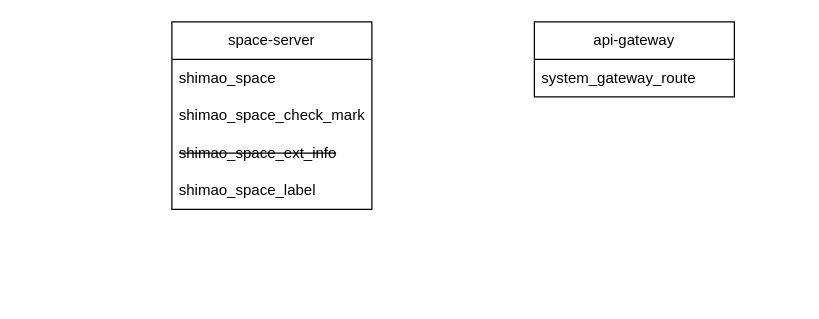
Above: yzs/IOT服务精简.drawio in yanglei1992/documents (draw.io), before the change. Source tidied: cells renumbered, new cells numbered last; positions are measured from the earlier drawing's top-left corner, leaving out a move shared by most shapes. Both pictures are drawn from the tidied source at 125%, with x=0, y=0 at pixel (171, 21).
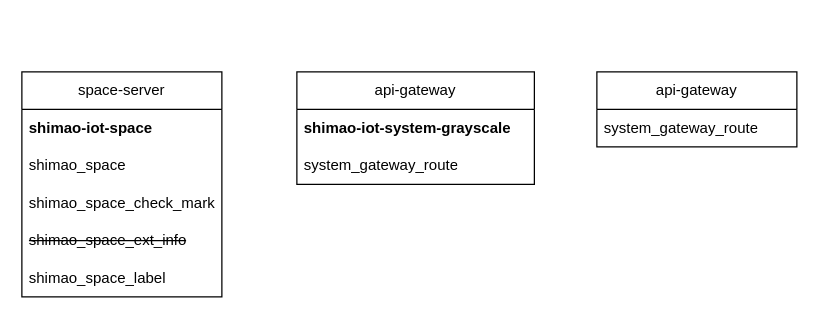
The same diagram, later.

Commit message (it also covers changes not shown here):
更新IOT服务精简.drawio

Diff of the diagram source:
```diff
@@
 <mxGraphModel>
   <root>
     <mxCell id="0" />
     <mxCell id="1" parent="0" />
     <mxCell id="2" value="space-server" style="swimlane;fontStyle=0;horizontal=1;startSize=30;whiteSpace=wrap;html=1;" parent="1" vertex="1">
-      <mxGeometry width="160" height="150" as="geometry" />
+      <mxGeometry x="-120" y="40" width="160" height="180" as="geometry" />
     </mxCell>
+    <mxCell id="9" value="shimao-iot-space" style="text;strokeColor=none;fillColor=none;align=left;verticalAlign=middle;spacingLeft=4;spacingRight=4;overflow=hidden;whiteSpace=wrap;html=1;fontStyle=1;" parent="2" vertex="1">
+      <mxGeometry y="30" width="160" height="30" as="geometry" />
+    </mxCell>
     <mxCell id="3" value="shimao_space" style="text;strokeColor=none;fillColor=none;align=left;verticalAlign=middle;spacingLeft=4;spacingRight=4;overflow=hidden;whiteSpace=wrap;html=1;" parent="2" vertex="1">
-      <mxGeometry y="30" width="160" height="30" as="geometry" />
+      <mxGeometry y="60" width="160" height="30" as="geometry" />
     </mxCell>
     <mxCell id="4" value="shimao_space_check_mark" style="text;strokeColor=none;fillColor=none;align=left;verticalAlign=middle;spacingLeft=4;spacingRight=4;overflow=hidden;whiteSpace=wrap;html=1;" parent="2" vertex="1">
-      <mxGeometry y="60" width="160" height="30" as="geometry" />
+      <mxGeometry y="90" width="160" height="30" as="geometry" />
     </mxCell>
     <mxCell id="5" value="&lt;strike&gt;shimao_space_ext_info&lt;/strike&gt;" style="text;strokeColor=none;fillColor=none;align=left;verticalAlign=middle;spacingLeft=4;spacingRight=4;overflow=hidden;whiteSpace=wrap;html=1;" parent="2" vertex="1">
-      <mxGeometry y="90" width="160" height="30" as="geometry" />
+      <mxGeometry y="120" width="160" height="30" as="geometry" />
     </mxCell>
     <mxCell id="6" value="shimao_space_label" style="text;strokeColor=none;fillColor=none;align=left;verticalAlign=middle;spacingLeft=4;spacingRight=4;overflow=hidden;whiteSpace=wrap;html=1;" parent="2" vertex="1">
-      <mxGeometry y="120" width="160" height="30" as="geometry" />
+      <mxGeometry y="150" width="160" height="30" as="geometry" />
     </mxCell>
     <mxCell id="7" value="api-gateway" style="swimlane;fontStyle=0;horizontal=1;startSize=30;whiteSpace=wrap;html=1;" parent="1" vertex="1">
-      <mxGeometry x="290" width="160" height="60" as="geometry" />
+      <mxGeometry x="100" y="40" width="190" height="90" as="geometry" />
     </mxCell>
+    <mxCell id="10" value="shimao-iot-system-grayscale" style="text;strokeColor=none;fillColor=none;align=left;verticalAlign=middle;spacingLeft=4;spacingRight=4;overflow=hidden;whiteSpace=wrap;html=1;fontStyle=1;" parent="7" vertex="1">
+      <mxGeometry y="30" width="190" height="30" as="geometry" />
+    </mxCell>
     <mxCell id="8" value="system_gateway_route" style="text;strokeColor=none;fillColor=none;align=left;verticalAlign=middle;spacingLeft=4;spacingRight=4;overflow=hidden;whiteSpace=wrap;html=1;" parent="7" vertex="1">
-      <mxGeometry y="30" width="160" height="30" as="geometry" />
+      <mxGeometry y="60" width="190" height="30" as="geometry" />
     </mxCell>
+    <mxCell id="11" value="api-gateway" style="swimlane;fontStyle=0;horizontal=1;startSize=30;whiteSpace=wrap;html=1;" parent="1" vertex="1">
+      <mxGeometry x="340" y="40" width="160" height="60" as="geometry" />
+    </mxCell>
+    <mxCell id="12" value="system_gateway_route" style="text;strokeColor=none;fillColor=none;align=left;verticalAlign=middle;spacingLeft=4;spacingRight=4;overflow=hidden;whiteSpace=wrap;html=1;" parent="11" vertex="1">
+      <mxGeometry y="30" width="160" height="30" as="geometry" />
+    </mxCell>
   </root>
 </mxGraphModel>
```
